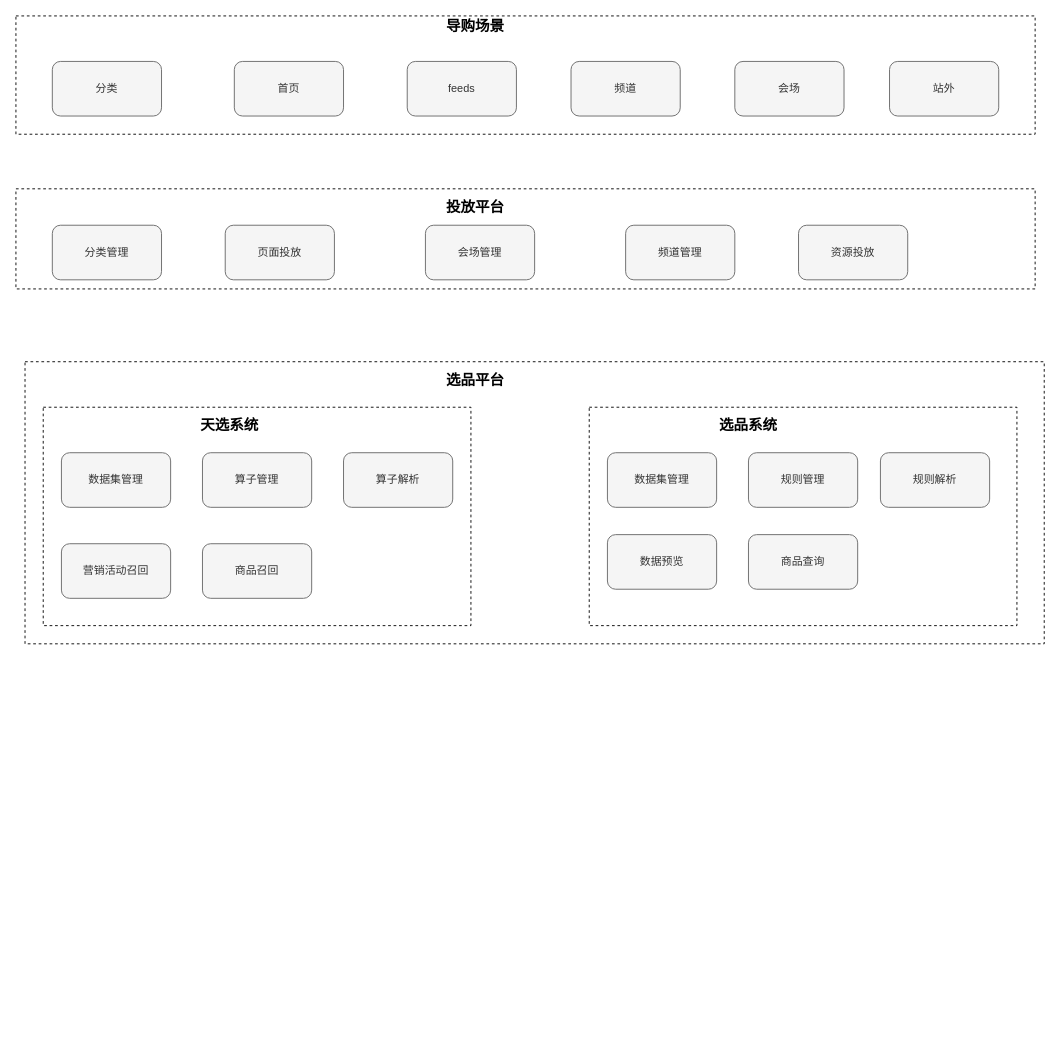
xushaoping/hosts keeps this draw.io diagram as Untitled Diagram.drawio. Above is the earlier version. Source tidied: cells renumbered, new cells numbered last; positions are measured from the earlier drawing's top-left corner, leaving out a move shared by most shapes. Both pictures are drawn from the tidied source at 91%, with x=0, y=0 at pixel (15, 15).
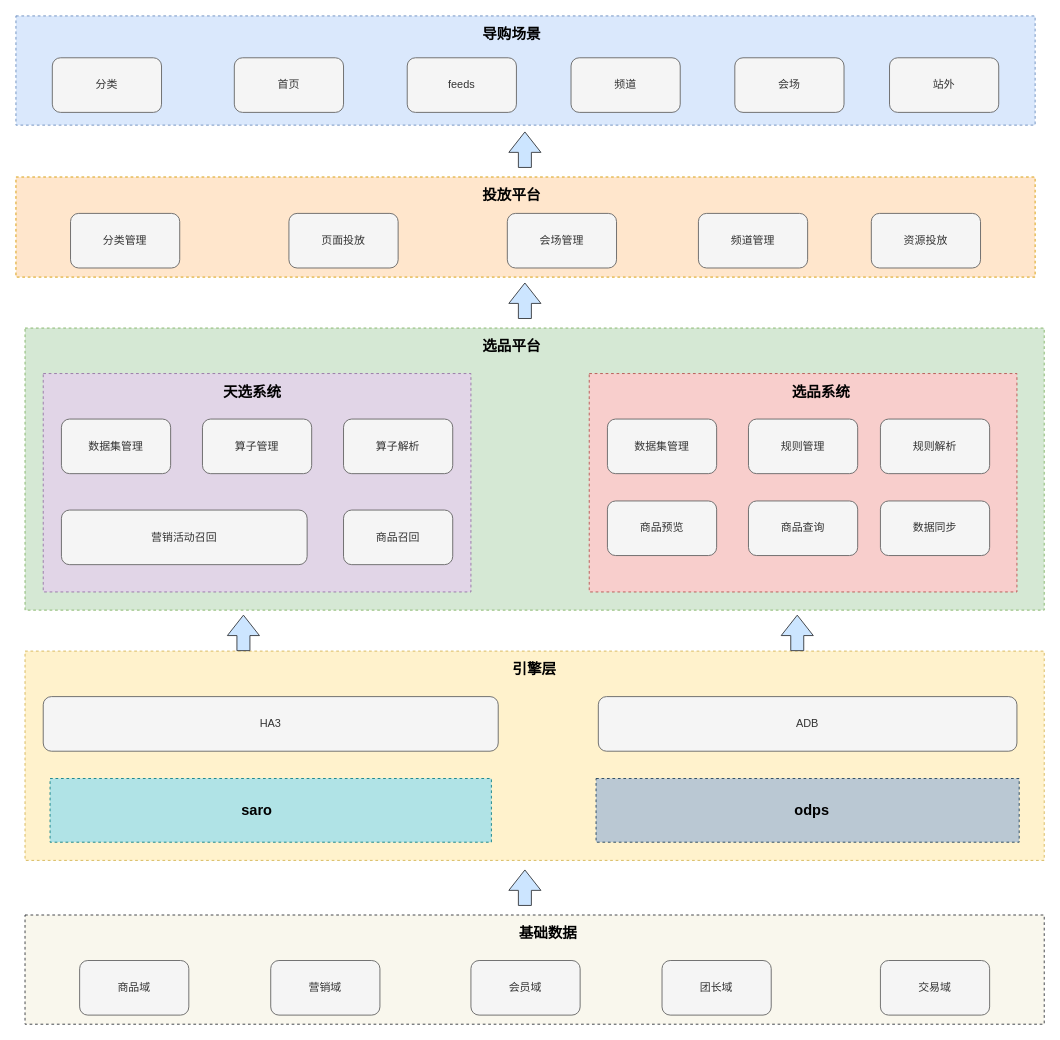
The same diagram, later.

Diff of the diagram source:
```diff
@@
-    <mxCell id="2" style="rounded=0;whiteSpace=wrap;html=1;fillColor=none;dashed=1;" parent="1" vertex="1">
-      <mxGeometry width="1120" height="130" as="geometry" />
+    <mxCell id="2" style="rounded=0;whiteSpace=wrap;html=1;fillColor=#dae8fc;dashed=1;strokeColor=#6c8ebf;" parent="1" vertex="1">
+      <mxGeometry width="1120" height="120" as="geometry" />
     </mxCell>
     <mxCell id="3" value="分类" style="rounded=1;whiteSpace=wrap;html=1;fillColor=#f5f5f5;strokeColor=#666666;fontColor=#333333;" parent="1" vertex="1">
-      <mxGeometry x="40" y="50" width="120" height="60" as="geometry" />
+      <mxGeometry x="40" y="46" width="120" height="60" as="geometry" />
     </mxCell>
     <mxCell id="4" value="首页" style="rounded=1;whiteSpace=wrap;html=1;fillColor=#f5f5f5;strokeColor=#666666;fontColor=#333333;" parent="1" vertex="1">
-      <mxGeometry x="240" y="50" width="120" height="60" as="geometry" />
+      <mxGeometry x="240" y="46" width="120" height="60" as="geometry" />
     </mxCell>
     <mxCell id="5" value="feeds" style="rounded=1;whiteSpace=wrap;html=1;fillColor=#f5f5f5;strokeColor=#666666;fontColor=#333333;" parent="1" vertex="1">
-      <mxGeometry x="430" y="50" width="120" height="60" as="geometry" />
+      <mxGeometry x="430" y="46" width="120" height="60" as="geometry" />
     </mxCell>
     <mxCell id="6" value="频道" style="rounded=1;whiteSpace=wrap;html=1;fillColor=#f5f5f5;strokeColor=#666666;fontColor=#333333;" parent="1" vertex="1">
-      <mxGeometry x="610" y="50" width="120" height="60" as="geometry" />
+      <mxGeometry x="610" y="46" width="120" height="60" as="geometry" />
     </mxCell>
     <mxCell id="7" value="会场" style="rounded=1;whiteSpace=wrap;html=1;fillColor=#f5f5f5;strokeColor=#666666;fontColor=#333333;" parent="1" vertex="1">
-      <mxGeometry x="790" y="50" width="120" height="60" as="geometry" />
+      <mxGeometry x="790" y="46" width="120" height="60" as="geometry" />
     </mxCell>
     <mxCell id="8" value="站外" style="rounded=1;whiteSpace=wrap;html=1;fillColor=#f5f5f5;strokeColor=#666666;fontColor=#333333;" parent="1" vertex="1">
-      <mxGeometry x="960" y="50" width="120" height="60" as="geometry" />
+      <mxGeometry x="960" y="46" width="120" height="60" as="geometry" />
     </mxCell>
     <mxCell id="9" value="导购场景" style="text;html=1;strokeColor=none;fillColor=none;align=center;verticalAlign=middle;whiteSpace=wrap;rounded=0;fontStyle=1;fontSize=16;" parent="1" vertex="1">
-      <mxGeometry x="440" y="1" width="130" height="20" as="geometry" />
+      <mxGeometry x="480" y="10" width="130" height="20" as="geometry" />
     </mxCell>
-    <mxCell id="10" style="rounded=0;whiteSpace=wrap;html=1;fillColor=none;dashed=1;" parent="1" vertex="1">
-      <mxGeometry y="190" width="1120" height="110" as="geometry" />
+    <mxCell id="10" style="rounded=0;whiteSpace=wrap;html=1;fillColor=#ffe6cc;dashed=1;strokeColor=#d79b00;" parent="1" vertex="1">
+      <mxGeometry y="177" width="1120" height="110" as="geometry" />
     </mxCell>
     <mxCell id="11" value="投放平台" style="text;html=1;strokeColor=none;fillColor=none;align=center;verticalAlign=middle;whiteSpace=wrap;rounded=0;fontStyle=1;fontSize=16;" parent="1" vertex="1">
-      <mxGeometry x="440" y="200" width="130" height="20" as="geometry" />
+      <mxGeometry x="480" y="187" width="130" height="20" as="geometry" />
     </mxCell>
     <mxCell id="12" value="分类管理" style="rounded=1;whiteSpace=wrap;html=1;fillColor=#f5f5f5;strokeColor=#666666;fontColor=#333333;" parent="1" vertex="1">
-      <mxGeometry x="40" y="230" width="120" height="60" as="geometry" />
+      <mxGeometry x="60" y="217" width="120" height="60" as="geometry" />
     </mxCell>
     <mxCell id="13" value="页面投放" style="rounded=1;whiteSpace=wrap;html=1;fillColor=#f5f5f5;strokeColor=#666666;fontColor=#333333;" parent="1" vertex="1">
-      <mxGeometry x="230" y="230" width="120" height="60" as="geometry" />
+      <mxGeometry x="300" y="217" width="120" height="60" as="geometry" />
     </mxCell>
     <mxCell id="14" value="会场管理" style="rounded=1;whiteSpace=wrap;html=1;fillColor=#f5f5f5;strokeColor=#666666;fontColor=#333333;" parent="1" vertex="1">
-      <mxGeometry x="450" y="230" width="120" height="60" as="geometry" />
+      <mxGeometry x="540" y="217" width="120" height="60" as="geometry" />
     </mxCell>
     <mxCell id="15" value="频道管理" style="rounded=1;whiteSpace=wrap;html=1;fillColor=#f5f5f5;strokeColor=#666666;fontColor=#333333;" parent="1" vertex="1">
-      <mxGeometry x="670" y="230" width="120" height="60" as="geometry" />
+      <mxGeometry x="750" y="217" width="120" height="60" as="geometry" />
     </mxCell>
     <mxCell id="16" value="资源投放" style="rounded=1;whiteSpace=wrap;html=1;fillColor=#f5f5f5;strokeColor=#666666;fontColor=#333333;" parent="1" vertex="1">
-      <mxGeometry x="860" y="230" width="120" height="60" as="geometry" />
+      <mxGeometry x="940" y="217" width="120" height="60" as="geometry" />
     </mxCell>
-    <mxCell id="17" style="rounded=0;whiteSpace=wrap;html=1;fillColor=none;dashed=1;" parent="1" vertex="1">
-      <mxGeometry x="10" y="380" width="1120" height="310" as="geometry" />
+    <mxCell id="17" style="rounded=0;whiteSpace=wrap;html=1;fillColor=#d5e8d4;dashed=1;strokeColor=#82b366;" parent="1" vertex="1">
+      <mxGeometry x="10" y="343" width="1120" height="310" as="geometry" />
     </mxCell>
     <mxCell id="18" value="选品平台" style="text;html=1;strokeColor=none;fillColor=none;align=center;verticalAlign=middle;whiteSpace=wrap;rounded=0;fontStyle=1;fontSize=16;" parent="1" vertex="1">
-      <mxGeometry x="440" y="390" width="130" height="20" as="geometry" />
+      <mxGeometry x="480" y="353" width="130" height="20" as="geometry" />
     </mxCell>
-    <mxCell id="19" style="rounded=0;whiteSpace=wrap;html=1;fillColor=none;dashed=1;" parent="1" vertex="1">
-      <mxGeometry x="30" y="430" width="470" height="240" as="geometry" />
+    <mxCell id="19" style="rounded=0;whiteSpace=wrap;html=1;fillColor=#e1d5e7;dashed=1;strokeColor=#9673a6;" parent="1" vertex="1">
+      <mxGeometry x="30" y="393" width="470" height="240" as="geometry" />
     </mxCell>
     <mxCell id="20" value="天选系统" style="text;html=1;strokeColor=none;fillColor=none;align=center;verticalAlign=middle;whiteSpace=wrap;rounded=0;fontStyle=1;fontSize=16;" parent="1" vertex="1">
-      <mxGeometry x="170" y="440" width="130" height="20" as="geometry" />
+      <mxGeometry x="195" y="403" width="130" height="20" as="geometry" />
     </mxCell>
-    <mxCell id="21" style="rounded=0;whiteSpace=wrap;html=1;fillColor=none;dashed=1;" parent="1" vertex="1">
-      <mxGeometry x="630" y="430" width="470" height="240" as="geometry" />
+    <mxCell id="21" style="rounded=0;whiteSpace=wrap;html=1;fillColor=#f8cecc;dashed=1;strokeColor=#b85450;" parent="1" vertex="1">
+      <mxGeometry x="630" y="393" width="470" height="240" as="geometry" />
     </mxCell>
     <mxCell id="22" value="选品系统" style="text;html=1;strokeColor=none;fillColor=none;align=center;verticalAlign=middle;whiteSpace=wrap;rounded=0;fontStyle=1;fontSize=16;" parent="1" vertex="1">
-      <mxGeometry x="740" y="440" width="130" height="20" as="geometry" />
+      <mxGeometry x="820" y="403" width="130" height="20" as="geometry" />
     </mxCell>
     <mxCell id="23" value="数据集管理" style="rounded=1;whiteSpace=wrap;html=1;fillColor=#f5f5f5;strokeColor=#666666;fontColor=#333333;" parent="1" vertex="1">
-      <mxGeometry x="50" y="480" width="120" height="60" as="geometry" />
+      <mxGeometry x="50" y="443" width="120" height="60" as="geometry" />
     </mxCell>
     <mxCell id="24" value="算子管理" style="rounded=1;whiteSpace=wrap;html=1;fillColor=#f5f5f5;strokeColor=#666666;fontColor=#333333;" parent="1" vertex="1">
-      <mxGeometry x="205" y="480" width="120" height="60" as="geometry" />
+      <mxGeometry x="205" y="443" width="120" height="60" as="geometry" />
     </mxCell>
     <mxCell id="25" value="算子解析" style="rounded=1;whiteSpace=wrap;html=1;fillColor=#f5f5f5;strokeColor=#666666;fontColor=#333333;" parent="1" vertex="1">
-      <mxGeometry x="360" y="480" width="120" height="60" as="geometry" />
+      <mxGeometry x="360" y="443" width="120" height="60" as="geometry" />
     </mxCell>
     <mxCell id="26" value="营销活动召回" style="rounded=1;whiteSpace=wrap;html=1;fillColor=#f5f5f5;strokeColor=#666666;fontColor=#333333;" parent="1" vertex="1">
-      <mxGeometry x="50" y="580" width="120" height="60" as="geometry" />
+      <mxGeometry x="50" y="543" width="270" height="60" as="geometry" />
     </mxCell>
     <mxCell id="27" value="商品召回" style="rounded=1;whiteSpace=wrap;html=1;fillColor=#f5f5f5;strokeColor=#666666;fontColor=#333333;" parent="1" vertex="1">
-      <mxGeometry x="205" y="580" width="120" height="60" as="geometry" />
+      <mxGeometry x="360" y="543" width="120" height="60" as="geometry" />
     </mxCell>
     <mxCell id="28" value="数据集管理" style="rounded=1;whiteSpace=wrap;html=1;fillColor=#f5f5f5;strokeColor=#666666;fontColor=#333333;" parent="1" vertex="1">
-      <mxGeometry x="650" y="480" width="120" height="60" as="geometry" />
+      <mxGeometry x="650" y="443" width="120" height="60" as="geometry" />
     </mxCell>
     <mxCell id="29" value="规则管理" style="rounded=1;whiteSpace=wrap;html=1;fillColor=#f5f5f5;strokeColor=#666666;fontColor=#333333;" parent="1" vertex="1">
-      <mxGeometry x="805" y="480" width="120" height="60" as="geometry" />
+      <mxGeometry x="805" y="443" width="120" height="60" as="geometry" />
     </mxCell>
     <mxCell id="30" value="规则解析" style="rounded=1;whiteSpace=wrap;html=1;fillColor=#f5f5f5;strokeColor=#666666;fontColor=#333333;" parent="1" vertex="1">
-      <mxGeometry x="950" y="480" width="120" height="60" as="geometry" />
+      <mxGeometry x="950" y="443" width="120" height="60" as="geometry" />
     </mxCell>
-    <mxCell id="31" value="数据预览" style="rounded=1;whiteSpace=wrap;html=1;fillColor=#f5f5f5;strokeColor=#666666;fontColor=#333333;" parent="1" vertex="1">
-      <mxGeometry x="650" y="570" width="120" height="60" as="geometry" />
+    <mxCell id="31" value="商品预览" style="rounded=1;whiteSpace=wrap;html=1;fillColor=#f5f5f5;strokeColor=#666666;fontColor=#333333;" parent="1" vertex="1">
+      <mxGeometry x="650" y="533" width="120" height="60" as="geometry" />
     </mxCell>
     <mxCell id="32" value="商品查询" style="rounded=1;whiteSpace=wrap;html=1;fillColor=#f5f5f5;strokeColor=#666666;fontColor=#333333;" parent="1" vertex="1">
-      <mxGeometry x="805" y="570" width="120" height="60" as="geometry" />
+      <mxGeometry x="805" y="533" width="120" height="60" as="geometry" />
     </mxCell>
+    <mxCell id="33" value="数据同步" style="rounded=1;whiteSpace=wrap;html=1;fillColor=#f5f5f5;strokeColor=#666666;fontColor=#333333;" parent="1" vertex="1">
+      <mxGeometry x="950" y="533" width="120" height="60" as="geometry" />
+    </mxCell>
+    <mxCell id="34" style="rounded=0;whiteSpace=wrap;html=1;fillColor=#fff2cc;dashed=1;strokeColor=#d6b656;" parent="1" vertex="1">
+      <mxGeometry x="10" y="698" width="1120" height="230" as="geometry" />
+    </mxCell>
+    <mxCell id="35" value="引擎层" style="text;html=1;strokeColor=none;fillColor=none;align=center;verticalAlign=middle;whiteSpace=wrap;rounded=0;fontStyle=1;fontSize=16;" parent="1" vertex="1">
+      <mxGeometry x="505" y="708" width="130" height="20" as="geometry" />
+    </mxCell>
+    <mxCell id="36" value="HA3" style="rounded=1;whiteSpace=wrap;html=1;fillColor=#f5f5f5;strokeColor=#666666;fontColor=#333333;" parent="1" vertex="1">
+      <mxGeometry x="30" y="748" width="500" height="60" as="geometry" />
+    </mxCell>
+    <mxCell id="37" value="ADB" style="rounded=1;whiteSpace=wrap;html=1;fillColor=#f5f5f5;strokeColor=#666666;fontColor=#333333;" parent="1" vertex="1">
+      <mxGeometry x="640" y="748" width="460" height="60" as="geometry" />
+    </mxCell>
+    <mxCell id="38" style="rounded=0;whiteSpace=wrap;html=1;fillColor=#b0e3e6;dashed=1;strokeColor=#0e8088;" parent="1" vertex="1">
+      <mxGeometry x="37.5" y="838" width="485" height="70" as="geometry" />
+    </mxCell>
+    <mxCell id="39" value="saro" style="text;html=1;strokeColor=none;fillColor=none;align=center;verticalAlign=middle;whiteSpace=wrap;rounded=0;fontStyle=1;fontSize=16;" parent="1" vertex="1">
+      <mxGeometry x="200" y="863" width="130" height="20" as="geometry" />
+    </mxCell>
+    <mxCell id="40" style="rounded=0;whiteSpace=wrap;html=1;fillColor=#bac8d3;dashed=1;strokeColor=#23445d;" parent="1" vertex="1">
+      <mxGeometry x="637.5" y="838" width="465" height="70" as="geometry" />
+    </mxCell>
+    <mxCell id="41" value="odps" style="text;html=1;strokeColor=none;fillColor=none;align=center;verticalAlign=middle;whiteSpace=wrap;rounded=0;fontStyle=1;fontSize=16;" parent="1" vertex="1">
+      <mxGeometry x="810" y="863" width="130" height="20" as="geometry" />
+    </mxCell>
+    <mxCell id="42" style="rounded=0;whiteSpace=wrap;html=1;fillColor=#f9f7ed;dashed=1;strokeColor=#36393d;" parent="1" vertex="1">
+      <mxGeometry x="10" y="988" width="1120" height="120" as="geometry" />
+    </mxCell>
+    <mxCell id="43" value="基础数据" style="text;html=1;strokeColor=none;fillColor=none;align=center;verticalAlign=middle;whiteSpace=wrap;rounded=0;fontStyle=1;fontSize=16;" parent="1" vertex="1">
+      <mxGeometry x="520" y="998" width="130" height="20" as="geometry" />
+    </mxCell>
+    <mxCell id="44" value="商品域" style="rounded=1;whiteSpace=wrap;html=1;fillColor=#f5f5f5;strokeColor=#666666;fontColor=#333333;" parent="1" vertex="1">
+      <mxGeometry x="70" y="1038" width="120" height="60" as="geometry" />
+    </mxCell>
+    <mxCell id="45" value="营销域" style="rounded=1;whiteSpace=wrap;html=1;fillColor=#f5f5f5;strokeColor=#666666;fontColor=#333333;" parent="1" vertex="1">
+      <mxGeometry x="280" y="1038" width="120" height="60" as="geometry" />
+    </mxCell>
+    <mxCell id="46" value="会员域" style="rounded=1;whiteSpace=wrap;html=1;fillColor=#f5f5f5;strokeColor=#666666;fontColor=#333333;" parent="1" vertex="1">
+      <mxGeometry x="500" y="1038" width="120" height="60" as="geometry" />
+    </mxCell>
+    <mxCell id="47" value="团长域" style="rounded=1;whiteSpace=wrap;html=1;fillColor=#f5f5f5;strokeColor=#666666;fontColor=#333333;" parent="1" vertex="1">
+      <mxGeometry x="710" y="1038" width="120" height="60" as="geometry" />
+    </mxCell>
+    <mxCell id="48" value="交易域" style="rounded=1;whiteSpace=wrap;html=1;fillColor=#f5f5f5;strokeColor=#666666;fontColor=#333333;" parent="1" vertex="1">
+      <mxGeometry x="950" y="1038" width="120" height="60" as="geometry" />
+    </mxCell>
+    <mxCell id="49" style="shape=flexArrow;endArrow=classic;html=1;fontSize=16;width=14.285714285714286;endSize=7.142857142857143;fillColor=#cce5ff;strokeColor=#36393d;" parent="1" edge="1">
+      <mxGeometry relative="1" as="geometry">
+        <mxPoint x="858.6" y="698" as="sourcePoint" />
+        <mxPoint x="858.6" y="658" as="targetPoint" />
+      </mxGeometry>
+    </mxCell>
+    <mxCell id="50" style="shape=flexArrow;endArrow=classic;html=1;fontSize=16;width=14.285714285714286;endSize=7.142857142857143;fillColor=#cce5ff;strokeColor=#36393d;" parent="1" edge="1">
+      <mxGeometry relative="1" as="geometry">
+        <mxPoint x="250" y="698" as="sourcePoint" />
+        <mxPoint x="250" y="658" as="targetPoint" />
+      </mxGeometry>
+    </mxCell>
+    <mxCell id="51" style="shape=flexArrow;endArrow=classic;html=1;fontSize=16;width=14.285714285714286;endSize=7.142857142857143;fillColor=#cce5ff;strokeColor=#36393d;" parent="1" edge="1">
+      <mxGeometry relative="1" as="geometry">
+        <mxPoint x="559.3" y="333" as="sourcePoint" />
+        <mxPoint x="559.3" y="293" as="targetPoint" />
+      </mxGeometry>
+    </mxCell>
+    <mxCell id="52" style="shape=flexArrow;endArrow=classic;html=1;fontSize=16;width=14.285714285714286;endSize=7.142857142857143;fillColor=#cce5ff;strokeColor=#36393d;" parent="1" edge="1">
+      <mxGeometry relative="1" as="geometry">
+        <mxPoint x="559.3" y="167" as="sourcePoint" />
+        <mxPoint x="559.3" y="127" as="targetPoint" />
+      </mxGeometry>
+    </mxCell>
+    <mxCell id="53" style="shape=flexArrow;endArrow=classic;html=1;fontSize=16;width=14.285714285714286;endSize=7.142857142857143;fillColor=#cce5ff;strokeColor=#36393d;" parent="1" edge="1">
+      <mxGeometry relative="1" as="geometry">
+        <mxPoint x="559.3" y="978" as="sourcePoint" />
+        <mxPoint x="559.3" y="938" as="targetPoint" />
+      </mxGeometry>
+    </mxCell>
```
